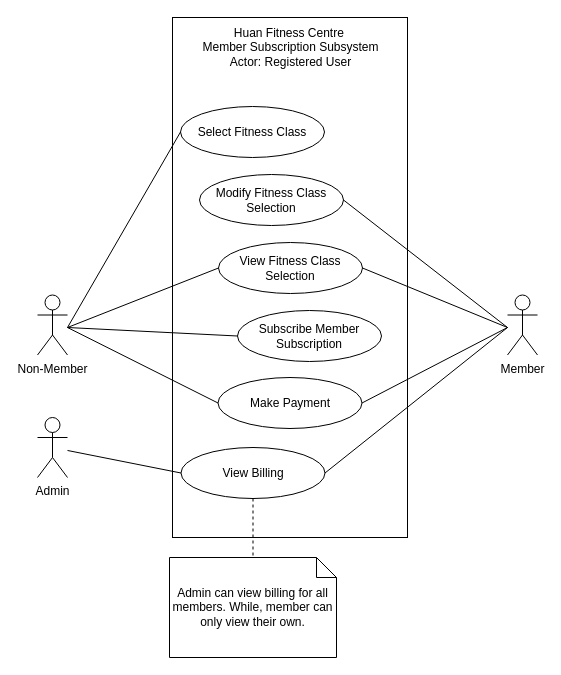
iZ86/DIT2153WD keeps this draw.io diagram as page "Member Subscription" (3 of 9) of diagrams/Use Case Diagram.drawio. Above is the earlier version. Source tidied: cells renumbered, new cells numbered last; positions are measured from the earlier drawing's top-left corner, leaving out a move shared by most shapes. Both pictures are drawn from the tidied source at 100%, with x=0, y=0 at pixel (37, 17).
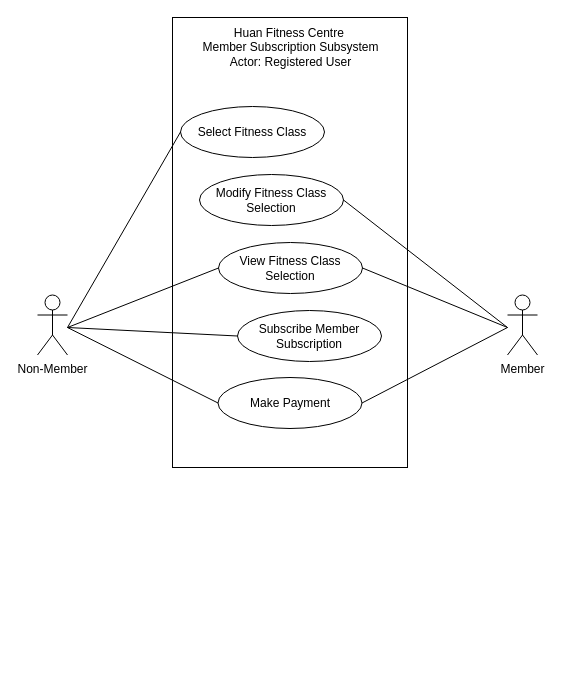
After the change.

The edit, as a diff of the source:
```diff
@@
     <mxCell id="2" style="rounded=0;whiteSpace=wrap;html=1;" parent="1" vertex="1">
-      <mxGeometry x="135" width="235" height="520" as="geometry" />
+      <mxGeometry x="135" width="235" height="450" as="geometry" />
     </mxCell>
@@
-    <mxCell id="13" value="Admin" style="shape=umlActor;verticalLabelPosition=bottom;verticalAlign=top;html=1;outlineConnect=0;" parent="1" vertex="1">
-      <mxGeometry y="400" width="30" height="60" as="geometry" />
-    </mxCell>
@@
-    <mxCell id="19" style="rounded=0;jettySize=auto;html=1;endArrow=none;endFill=0;exitX=0;exitY=0.5;exitDx=0;exitDy=0;" parent="1" edge="1" source="21" target="13">
-      <mxGeometry relative="1" as="geometry" />
-    </mxCell>
-    <mxCell id="20" style="rounded=0;jettySize=auto;html=1;endArrow=none;endFill=0;exitX=1;exitY=0.5;exitDx=0;exitDy=0;" parent="1" edge="1" source="21">
-      <mxGeometry relative="1" as="geometry">
-        <mxPoint x="470" y="310" as="targetPoint" />
-      </mxGeometry>
-    </mxCell>
-    <mxCell id="21" value="View Billing" style="ellipse;whiteSpace=wrap;html=1;" parent="1" vertex="1">
-      <mxGeometry x="143.5" y="430" width="144" height="51" as="geometry" />
-    </mxCell>
-    <mxCell id="22" value="Admin can view billing for all members. While, member can only view their own." style="shape=note;size=20;whiteSpace=wrap;html=1;" parent="1" vertex="1">
-      <mxGeometry x="132" y="540" width="167" height="100" as="geometry" />
-    </mxCell>
-    <mxCell id="23" style="rounded=0;jettySize=auto;html=1;entryX=0.5;entryY=0;entryDx=0;entryDy=0;entryPerimeter=0;endArrow=none;endFill=0;dashed=1;" parent="1" edge="1" source="21" target="22">
-      <mxGeometry relative="1" as="geometry" />
-    </mxCell>
```
